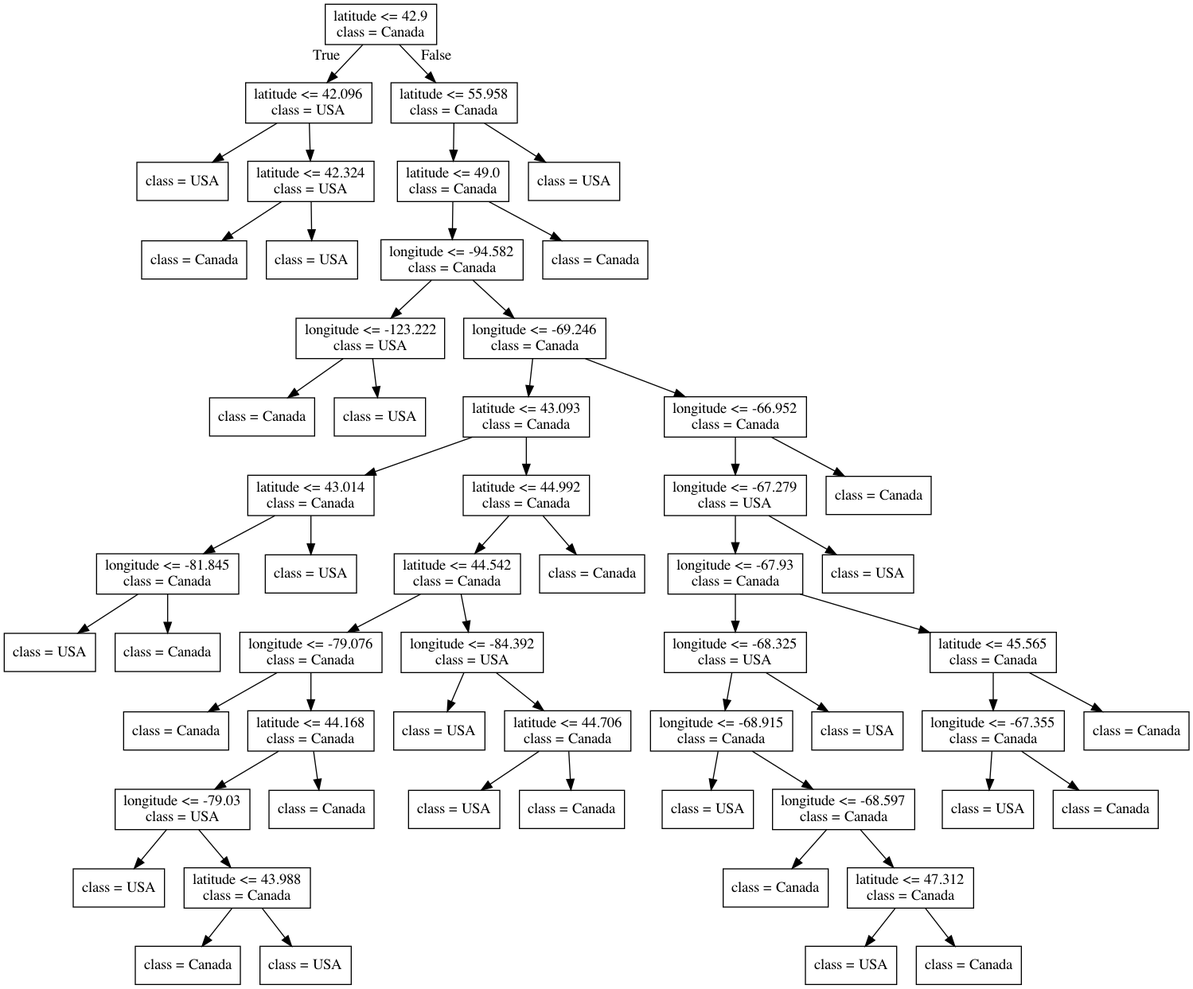
bait509-ubc/BAIT509 keeps this Graphviz diagram as lectures/Source.gv.png. Above is the earlier version. Its source is kept beside it as lectures/Source.gv.
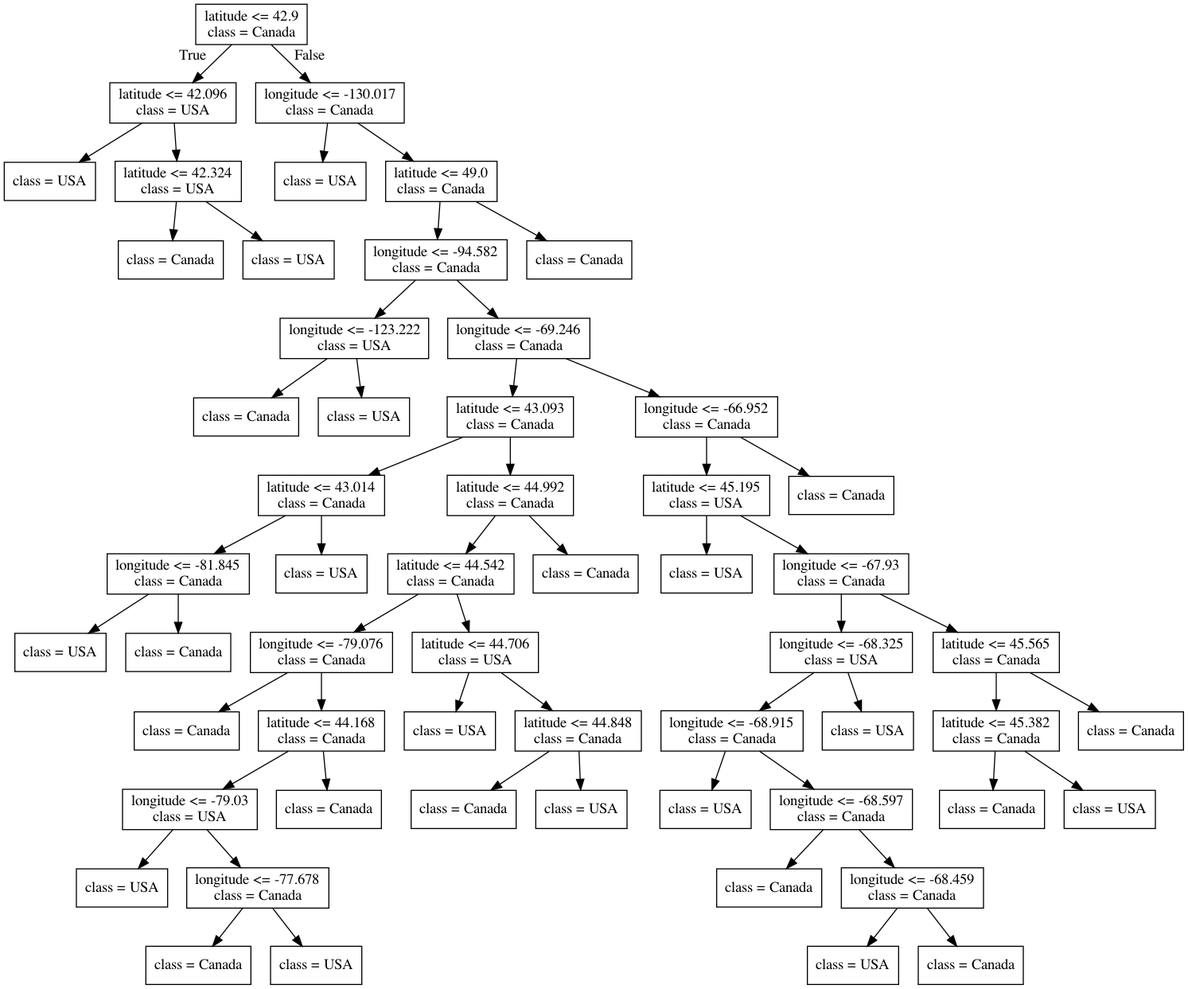
The same diagram one commit later.

The edit, as a diff of the source:
```diff
@@ -11,106 +11,106 @@
 3 -> 4 ;
 5 [label="class = USA"] ;
 3 -> 5 ;
-6 [label="latitude <= 55.958\nclass = Canada"] ;
+6 [label="longitude <= -130.017\nclass = Canada"] ;
 0 -> 6 [labeldistance=2.5, labelangle=-45, headlabel="False"] ;
-7 [label="latitude <= 49.0\nclass = Canada"] ;
+7 [label="class = USA"] ;
 6 -> 7 ;
-8 [label="longitude <= -94.582\nclass = Canada"] ;
-7 -> 8 ;
-9 [label="longitude <= -123.222\nclass = USA"] ;
+8 [label="latitude <= 49.0\nclass = Canada"] ;
+6 -> 8 ;
+9 [label="longitude <= -94.582\nclass = Canada"] ;
 8 -> 9 ;
-10 [label="class = Canada"] ;
+10 [label="longitude <= -123.222\nclass = USA"] ;
 9 -> 10 ;
-11 [label="class = USA"] ;
-9 -> 11 ;
-12 [label="longitude <= -69.246\nclass = Canada"] ;
-8 -> 12 ;
-13 [label="latitude <= 43.093\nclass = Canada"] ;
-12 -> 13 ;
-14 [label="latitude <= 43.014\nclass = Canada"] ;
+11 [label="class = Canada"] ;
+10 -> 11 ;
+12 [label="class = USA"] ;
+10 -> 12 ;
+13 [label="longitude <= -69.246\nclass = Canada"] ;
+9 -> 13 ;
+14 [label="latitude <= 43.093\nclass = Canada"] ;
 13 -> 14 ;
-15 [label="longitude <= -81.845\nclass = Canada"] ;
+15 [label="latitude <= 43.014\nclass = Canada"] ;
 14 -> 15 ;
-16 [label="class = USA"] ;
+16 [label="longitude <= -81.845\nclass = Canada"] ;
 15 -> 16 ;
-17 [label="class = Canada"] ;
-15 -> 17 ;
-18 [label="class = USA"] ;
-14 -> 18 ;
-19 [label="latitude <= 44.992\nclass = Canada"] ;
-13 -> 19 ;
-20 [label="latitude <= 44.542\nclass = Canada"] ;
-19 -> 20 ;
-21 [label="longitude <= -79.076\nclass = Canada"] ;
+17 [label="class = USA"] ;
+16 -> 17 ;
+18 [label="class = Canada"] ;
+16 -> 18 ;
+19 [label="class = USA"] ;
+15 -> 19 ;
+20 [label="latitude <= 44.992\nclass = Canada"] ;
+14 -> 20 ;
+21 [label="latitude <= 44.542\nclass = Canada"] ;
 20 -> 21 ;
-22 [label="class = Canada"] ;
+22 [label="longitude <= -79.076\nclass = Canada"] ;
 21 -> 22 ;
-23 [label="latitude <= 44.168\nclass = Canada"] ;
-21 -> 23 ;
-24 [label="longitude <= -79.03\nclass = USA"] ;
-23 -> 24 ;
-25 [label="class = USA"] ;
+23 [label="class = Canada"] ;
+22 -> 23 ;
+24 [label="latitude <= 44.168\nclass = Canada"] ;
+22 -> 24 ;
+25 [label="longitude <= -79.03\nclass = USA"] ;
 24 -> 25 ;
-26 [label="latitude <= 43.988\nclass = Canada"] ;
-24 -> 26 ;
-27 [label="class = Canada"] ;
-26 -> 27 ;
-28 [label="class = USA"] ;
-26 -> 28 ;
-29 [label="class = Canada"] ;
-23 -> 29 ;
-30 [label="longitude <= -84.392\nclass = USA"] ;
-20 -> 30 ;
-31 [label="class = USA"] ;
-30 -> 31 ;
-32 [label="latitude <= 44.706\nclass = Canada"] ;
-30 -> 32 ;
-33 [label="class = USA"] ;
-32 -> 33 ;
+26 [label="class = USA"] ;
+25 -> 26 ;
+27 [label="longitude <= -77.678\nclass = Canada"] ;
+25 -> 27 ;
+28 [label="class = Canada"] ;
+27 -> 28 ;
+29 [label="class = USA"] ;
+27 -> 29 ;
+30 [label="class = Canada"] ;
+24 -> 30 ;
+31 [label="latitude <= 44.706\nclass = USA"] ;
+21 -> 31 ;
+32 [label="class = USA"] ;
+31 -> 32 ;
+33 [label="latitude <= 44.848\nclass = Canada"] ;
+31 -> 33 ;
 34 [label="class = Canada"] ;
-32 -> 34 ;
-35 [label="class = Canada"] ;
-19 -> 35 ;
-36 [label="longitude <= -66.952\nclass = Canada"] ;
-12 -> 36 ;
-37 [label="longitude <= -67.279\nclass = USA"] ;
-36 -> 37 ;
-38 [label="longitude <= -67.93\nclass = Canada"] ;
+33 -> 34 ;
+35 [label="class = USA"] ;
+33 -> 35 ;
+36 [label="class = Canada"] ;
+20 -> 36 ;
+37 [label="longitude <= -66.952\nclass = Canada"] ;
+13 -> 37 ;
+38 [label="latitude <= 45.195\nclass = USA"] ;
 37 -> 38 ;
-39 [label="longitude <= -68.325\nclass = USA"] ;
+39 [label="class = USA"] ;
 38 -> 39 ;
-40 [label="longitude <= -68.915\nclass = Canada"] ;
-39 -> 40 ;
-41 [label="class = USA"] ;
+40 [label="longitude <= -67.93\nclass = Canada"] ;
+38 -> 40 ;
+41 [label="longitude <= -68.325\nclass = USA"] ;
 40 -> 41 ;
-42 [label="longitude <= -68.597\nclass = Canada"] ;
-40 -> 42 ;
-43 [label="class = Canada"] ;
+42 [label="longitude <= -68.915\nclass = Canada"] ;
+41 -> 42 ;
+43 [label="class = USA"] ;
 42 -> 43 ;
-44 [label="latitude <= 47.312\nclass = Canada"] ;
+44 [label="longitude <= -68.597\nclass = Canada"] ;
 42 -> 44 ;
-45 [label="class = USA"] ;
+45 [label="class = Canada"] ;
 44 -> 45 ;
-46 [label="class = Canada"] ;
+46 [label="longitude <= -68.459\nclass = Canada"] ;
 44 -> 46 ;
 47 [label="class = USA"] ;
-39 -> 47 ;
-48 [label="latitude <= 45.565\nclass = Canada"] ;
-38 -> 48 ;
-49 [label="longitude <= -67.355\nclass = Canada"] ;
-48 -> 49 ;
-50 [label="class = USA"] ;
-49 -> 50 ;
-51 [label="class = Canada"] ;
-49 -> 51 ;
+46 -> 47 ;
+48 [label="class = Canada"] ;
+46 -> 48 ;
+49 [label="class = USA"] ;
+41 -> 49 ;
+50 [label="latitude <= 45.565\nclass = Canada"] ;
+40 -> 50 ;
+51 [label="latitude <= 45.382\nclass = Canada"] ;
+50 -> 51 ;
 52 [label="class = Canada"] ;
-48 -> 52 ;
+51 -> 52 ;
 53 [label="class = USA"] ;
-37 -> 53 ;
+51 -> 53 ;
 54 [label="class = Canada"] ;
-36 -> 54 ;
+50 -> 54 ;
 55 [label="class = Canada"] ;
-7 -> 55 ;
-56 [label="class = USA"] ;
-6 -> 56 ;
+37 -> 55 ;
+56 [label="class = Canada"] ;
+8 -> 56 ;
 }
```
